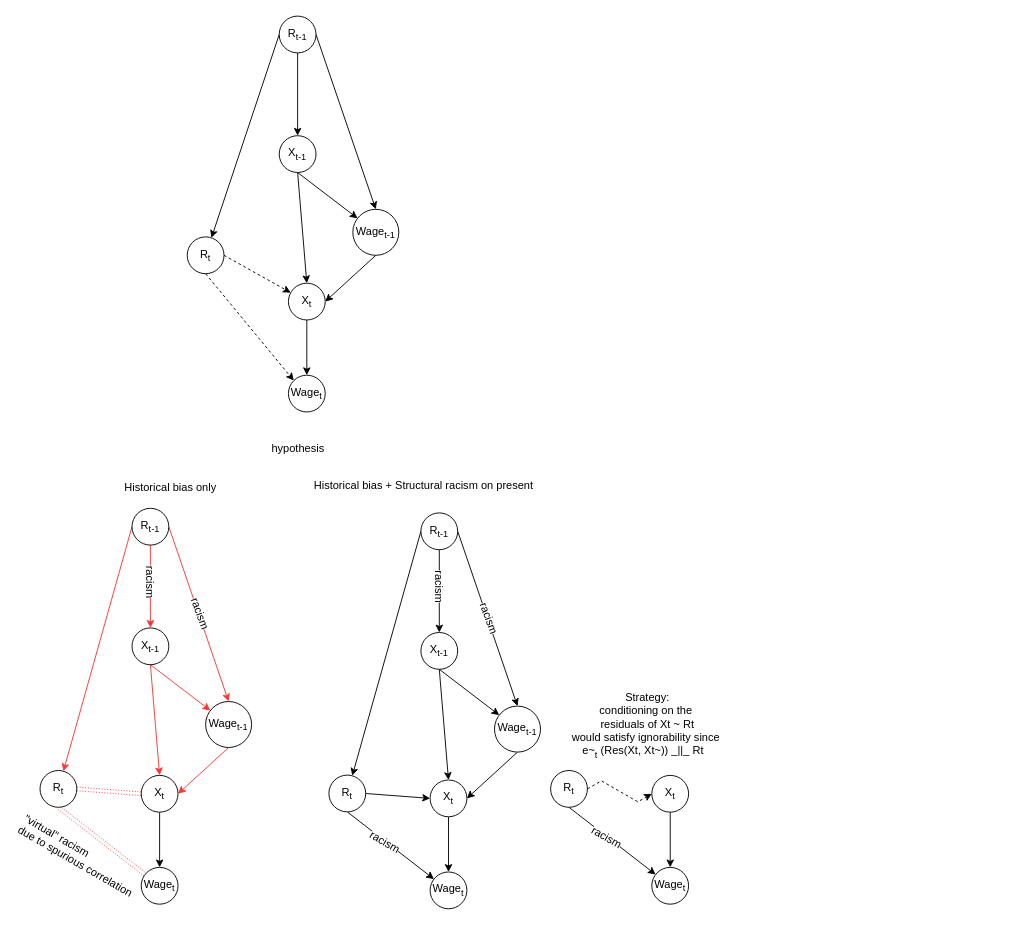
The draw.io diagram trabalho_final/notebooks/causual_graphs.dio in AlanGanem/MO444, before the edit. Source tidied: cells renumbered, new cells numbered last; positions are measured from the earlier drawing's top-left corner, leaving out a move shared by most shapes. Both pictures are drawn from the tidied source at 92%, with x=0, y=0 at pixel (12, 16).
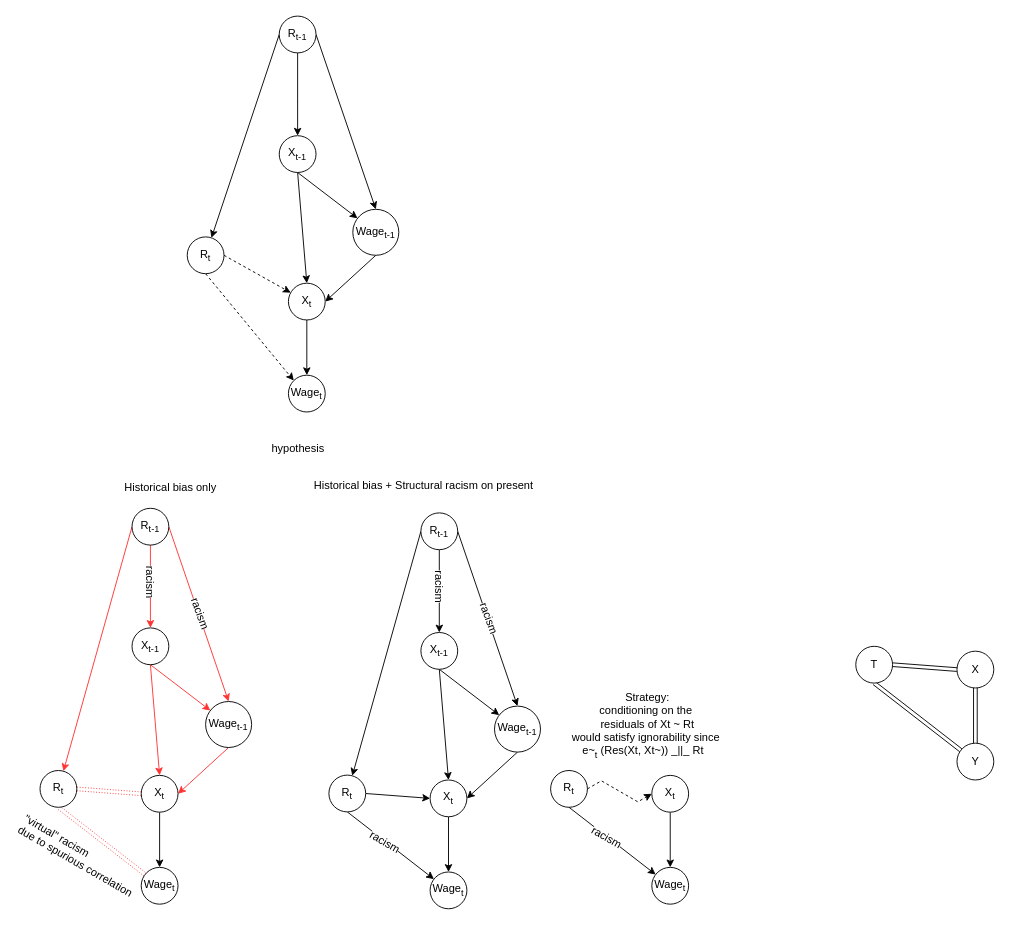
After the change.

What changed in the source:
```diff
@@
+    <mxCell id="65" style="edgeStyle=none;rounded=0;html=1;exitX=0.5;exitY=1;entryX=0.5;entryY=0;jettySize=auto;shape=link;" parent="1" edge="1" source="66" target="70">
+      <mxGeometry relative="1" as="geometry" />
+    </mxCell>
+    <mxCell id="66" value="X" style="ellipse;whiteSpace=wrap;html=1;" parent="1" vertex="1">
+      <mxGeometry x="1026.7" y="690.3" width="40" height="40" as="geometry" />
+    </mxCell>
+    <mxCell id="67" style="rounded=0;html=1;exitX=1;exitY=0.5;entryX=0;entryY=0.5;jettySize=auto;shape=link;" parent="1" edge="1" source="69" target="66">
+      <mxGeometry relative="1" as="geometry" />
+    </mxCell>
+    <mxCell id="68" style="edgeStyle=none;rounded=0;html=1;exitX=0.5;exitY=1;jettySize=auto;shape=link;" parent="1" edge="1" source="69" target="70">
+      <mxGeometry relative="1" as="geometry" />
+    </mxCell>
+    <mxCell id="69" value="T" style="ellipse;whiteSpace=wrap;html=1;" parent="1" vertex="1">
+      <mxGeometry x="916.7" y="685" width="40" height="40" as="geometry" />
+    </mxCell>
+    <mxCell id="70" value="Y" style="ellipse;whiteSpace=wrap;html=1;" parent="1" vertex="1">
+      <mxGeometry x="1026.7" y="790.3" width="40" height="40" as="geometry" />
+    </mxCell>
```
